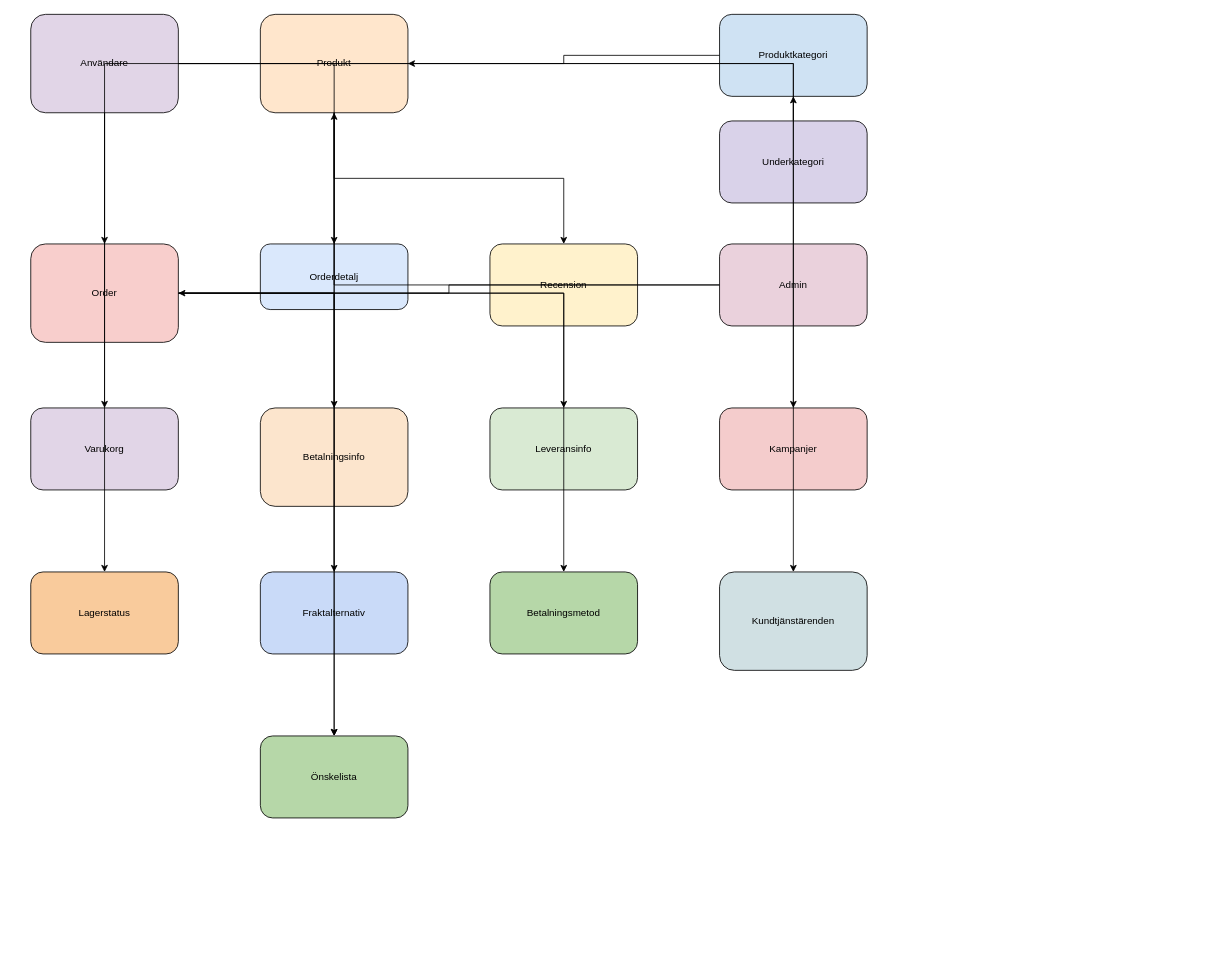
pyropoo/school keeps this draw.io diagram as Untitled Diagram.drawio. Above is the earlier version. Source tidied: cells renumbered, new cells numbered last; positions are measured from the earlier drawing's top-left corner, leaving out a move shared by most shapes. Both pictures are drawn from the tidied source at 82%, with x=0, y=0 at pixel (30, 14).
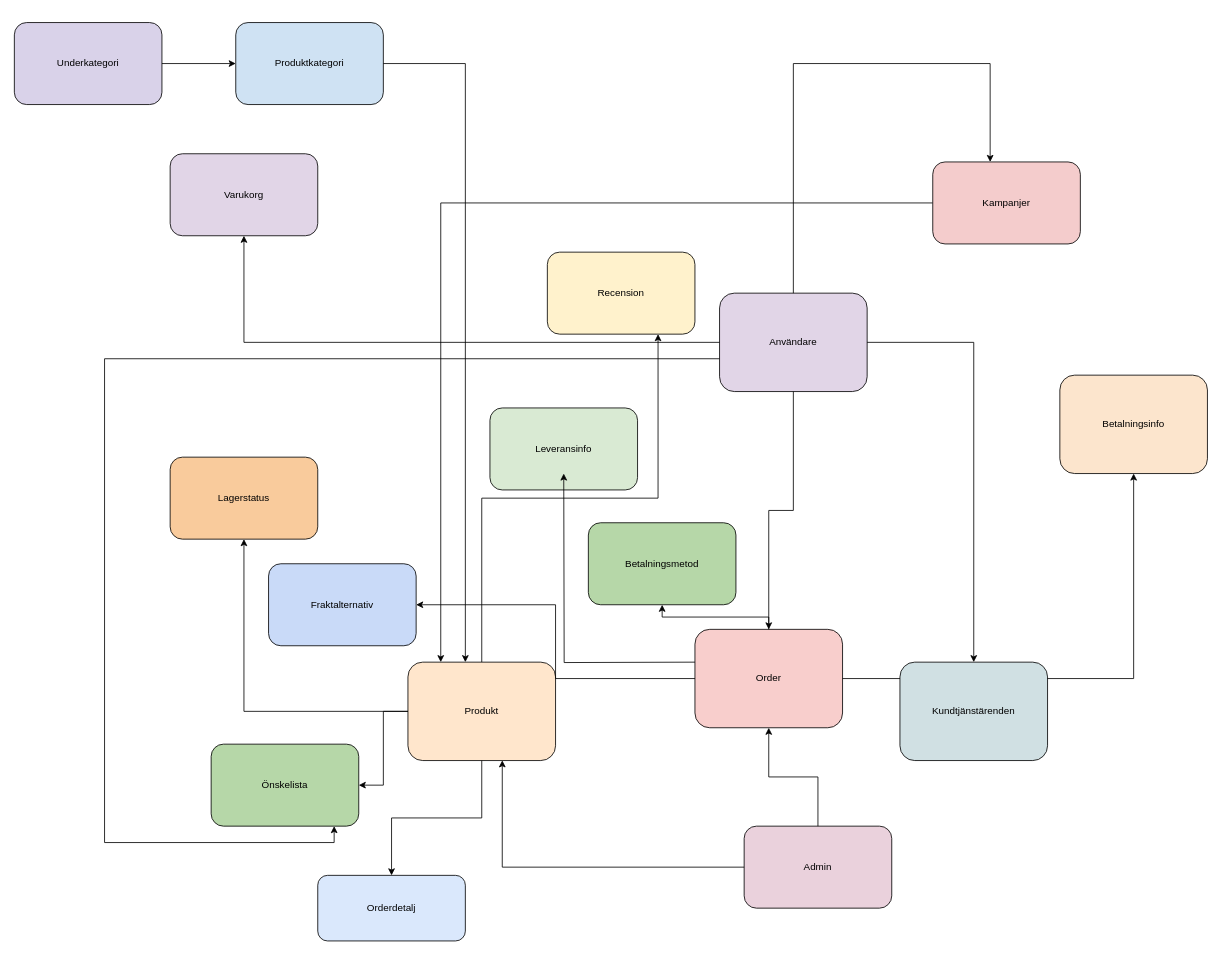
Above is the later version.

Unchanged cells that the change refers to:
```xml
<mxCell id="12" value="Leveransinfo" style="rounded=1;whiteSpace=wrap;html=1;fillColor=#d9ead3;" parent="1" vertex="1">
  <mxGeometry x="560" y="480" width="180" height="100" as="geometry" />
</mxCell>
```

The edit, as a diff of the source:
```diff
@@
     <mxCell id="2" value="Användare" style="rounded=1;whiteSpace=wrap;html=1;fillColor=#E1D5E7;" parent="1" vertex="1">
-      <mxGeometry width="180" height="120" as="geometry" />
+      <mxGeometry x="840" y="340" width="180" height="120" as="geometry" />
     </mxCell>
+    <mxCell id="8" style="edgeStyle=orthogonalEdgeStyle;rounded=0;jettySize=auto;html=1;entryX=0.75;entryY=1;entryDx=0;entryDy=0;" parent="1" edge="1" source="3" target="6">
+      <mxGeometry relative="1" as="geometry" />
+    </mxCell>
     <mxCell id="3" value="Produkt" style="rounded=1;whiteSpace=wrap;html=1;fillColor=#FFE6CC;" parent="1" vertex="1">
-      <mxGeometry x="280" width="180" height="120" as="geometry" />
+      <mxGeometry x="460" y="790" width="180" height="120" as="geometry" />
     </mxCell>
     <mxCell id="4" value="Order" style="rounded=1;whiteSpace=wrap;html=1;fillColor=#F8CECC;" parent="1" vertex="1">
-      <mxGeometry y="280" width="180" height="120" as="geometry" />
+      <mxGeometry x="810" y="750" width="180" height="120" as="geometry" />
     </mxCell>
     <mxCell id="5" value="Orderdetalj" style="rounded=1;whiteSpace=wrap;html=1;fillColor=#DAE8FC;" parent="1" vertex="1">
-      <mxGeometry x="280" y="280" width="180" height="80" as="geometry" />
+      <mxGeometry x="350" y="1050" width="180" height="80" as="geometry" />
     </mxCell>
     <mxCell id="6" value="Recension" style="rounded=1;whiteSpace=wrap;html=1;fillColor=#FFF2CC;" parent="1" vertex="1">
-      <mxGeometry x="560" y="280" width="180" height="100" as="geometry" />
+      <mxGeometry x="630" y="290" width="180" height="100" as="geometry" />
     </mxCell>
@@
-    <mxCell id="8" style="edgeStyle=orthogonalEdgeStyle;rounded=0;html=1;exitX=0.5;exitY=1;exitDx=0;exitDy=0;entryX=0.5;entryY=0;entryDx=0;entryDy=0;" parent="1" edge="1" source="3" target="6">
-      <mxGeometry relative="1" as="geometry" />
-    </mxCell>
@@
     <mxCell id="10" value="Varukorg" style="rounded=1;whiteSpace=wrap;html=1;fillColor=#e1d5e7;" parent="1" vertex="1">
-      <mxGeometry y="480" width="180" height="100" as="geometry" />
+      <mxGeometry x="170" y="170" width="180" height="100" as="geometry" />
     </mxCell>
     <mxCell id="11" value="Betalningsinfo" style="rounded=1;whiteSpace=wrap;html=1;fillColor=#fce5cd;" parent="1" vertex="1">
-      <mxGeometry x="280" y="480" width="180" height="120" as="geometry" />
+      <mxGeometry x="1255" y="440" width="180" height="120" as="geometry" />
     </mxCell>
@@
-    <mxCell id="15" style="edgeStyle=orthogonalEdgeStyle;rounded=0;html=1;" parent="1" edge="1" source="4" target="12">
-      <mxGeometry relative="1" as="geometry" />
+    <mxCell id="15" style="edgeStyle=orthogonalEdgeStyle;rounded=0;html=1;" parent="1" edge="1">
+      <mxGeometry relative="1" as="geometry">
+        <mxPoint x="810" y="790" as="sourcePoint" />
+        <mxPoint x="650" y="560" as="targetPoint" />
+      </mxGeometry>
     </mxCell>
     <mxCell id="16" value="Produktkategori" style="rounded=1;whiteSpace=wrap;html=1;fillColor=#cfe2f3;" parent="1" vertex="1">
-      <mxGeometry x="840" width="180" height="100" as="geometry" />
+      <mxGeometry x="250" y="10" width="180" height="100" as="geometry" />
     </mxCell>
     <mxCell id="17" value="Underkategori" style="rounded=1;whiteSpace=wrap;html=1;fillColor=#d9d2e9;" parent="1" vertex="1">
-      <mxGeometry x="840" y="130" width="180" height="100" as="geometry" />
+      <mxGeometry x="-20" y="10" width="180" height="100" as="geometry" />
     </mxCell>
     <mxCell id="18" value="Admin" style="rounded=1;whiteSpace=wrap;html=1;fillColor=#ead1dc;" parent="1" vertex="1">
-      <mxGeometry x="840" y="280" width="180" height="100" as="geometry" />
+      <mxGeometry x="870" y="990" width="180" height="100" as="geometry" />
     </mxCell>
     <mxCell id="19" style="edgeStyle=orthogonalEdgeStyle;rounded=0;html=1;" parent="1" edge="1" source="16" target="3">
-      <mxGeometry relative="1" as="geometry" />
+      <mxGeometry relative="1" as="geometry">
+        <Array as="points">
+          <mxPoint x="530" y="60" />
+        </Array>
+      </mxGeometry>
     </mxCell>
@@
-    <mxCell id="21" style="edgeStyle=orthogonalEdgeStyle;rounded=0;html=1;" parent="1" edge="1" source="18" target="3">
-      <mxGeometry relative="1" as="geometry" />
-    </mxCell>
@@
     <mxCell id="23" value="Lagerstatus" style="rounded=1;whiteSpace=wrap;html=1;fillColor=#f9cb9c;" parent="1" vertex="1">
-      <mxGeometry y="680" width="180" height="100" as="geometry" />
+      <mxGeometry x="170" y="540" width="180" height="100" as="geometry" />
     </mxCell>
     <mxCell id="24" value="Fraktalternativ" style="rounded=1;whiteSpace=wrap;html=1;fillColor=#c9daf8;" parent="1" vertex="1">
-      <mxGeometry x="280" y="680" width="180" height="100" as="geometry" />
+      <mxGeometry x="290" y="670" width="180" height="100" as="geometry" />
     </mxCell>
     <mxCell id="25" value="Betalningsmetod" style="rounded=1;whiteSpace=wrap;html=1;fillColor=#b6d7a8;" parent="1" vertex="1">
-      <mxGeometry x="560" y="680" width="180" height="100" as="geometry" />
+      <mxGeometry x="680" y="620" width="180" height="100" as="geometry" />
     </mxCell>
@@
+    <mxCell id="36" style="edgeStyle=orthogonalEdgeStyle;rounded=0;jettySize=auto;html=1;" parent="1" edge="1" source="29" target="3">
+      <mxGeometry relative="1" as="geometry">
+        <Array as="points">
+          <mxPoint x="500" y="230" />
+        </Array>
+      </mxGeometry>
+    </mxCell>
     <mxCell id="29" value="Kampanjer" style="rounded=1;whiteSpace=wrap;html=1;fillColor=#f4cccc;" parent="1" vertex="1">
-      <mxGeometry x="840" y="480" width="180" height="100" as="geometry" />
+      <mxGeometry x="1100" y="180" width="180" height="100" as="geometry" />
     </mxCell>
     <mxCell id="30" value="Kundtjänstärenden" style="rounded=1;whiteSpace=wrap;html=1;fillColor=#d0e0e3;" parent="1" vertex="1">
-      <mxGeometry x="840" y="680" width="180" height="120" as="geometry" />
+      <mxGeometry x="1060" y="790" width="180" height="120" as="geometry" />
     </mxCell>
     <mxCell id="31" value="Önskelista" style="rounded=1;whiteSpace=wrap;html=1;fillColor=#b6d7a8;" parent="1" vertex="1">
-      <mxGeometry x="280" y="880" width="180" height="100" as="geometry" />
+      <mxGeometry x="220" y="890" width="180" height="100" as="geometry" />
     </mxCell>
     <mxCell id="32" style="edgeStyle=orthogonalEdgeStyle;rounded=0;html=1;" parent="1" edge="1" source="2" target="29">
-      <mxGeometry relative="1" as="geometry" />
+      <mxGeometry relative="1" as="geometry">
+        <Array as="points">
+          <mxPoint x="1170" y="60" />
+        </Array>
+      </mxGeometry>
     </mxCell>
@@
     <mxCell id="34" style="edgeStyle=orthogonalEdgeStyle;rounded=0;html=1;" parent="1" edge="1" source="2" target="31">
-      <mxGeometry relative="1" as="geometry" />
+      <mxGeometry relative="1" as="geometry">
+        <Array as="points">
+          <mxPoint x="90" y="420" />
+          <mxPoint x="90" y="1010" />
+          <mxPoint x="370" y="1010" />
+        </Array>
+      </mxGeometry>
     </mxCell>
@@
+    <mxCell id="21" style="edgeStyle=orthogonalEdgeStyle;rounded=0;jettySize=auto;html=1;entryX=0.639;entryY=0.998;entryDx=0;entryDy=0;entryPerimeter=0;" parent="1" edge="1" source="18" target="3">
+      <mxGeometry relative="1" as="geometry" />
+    </mxCell>
```
